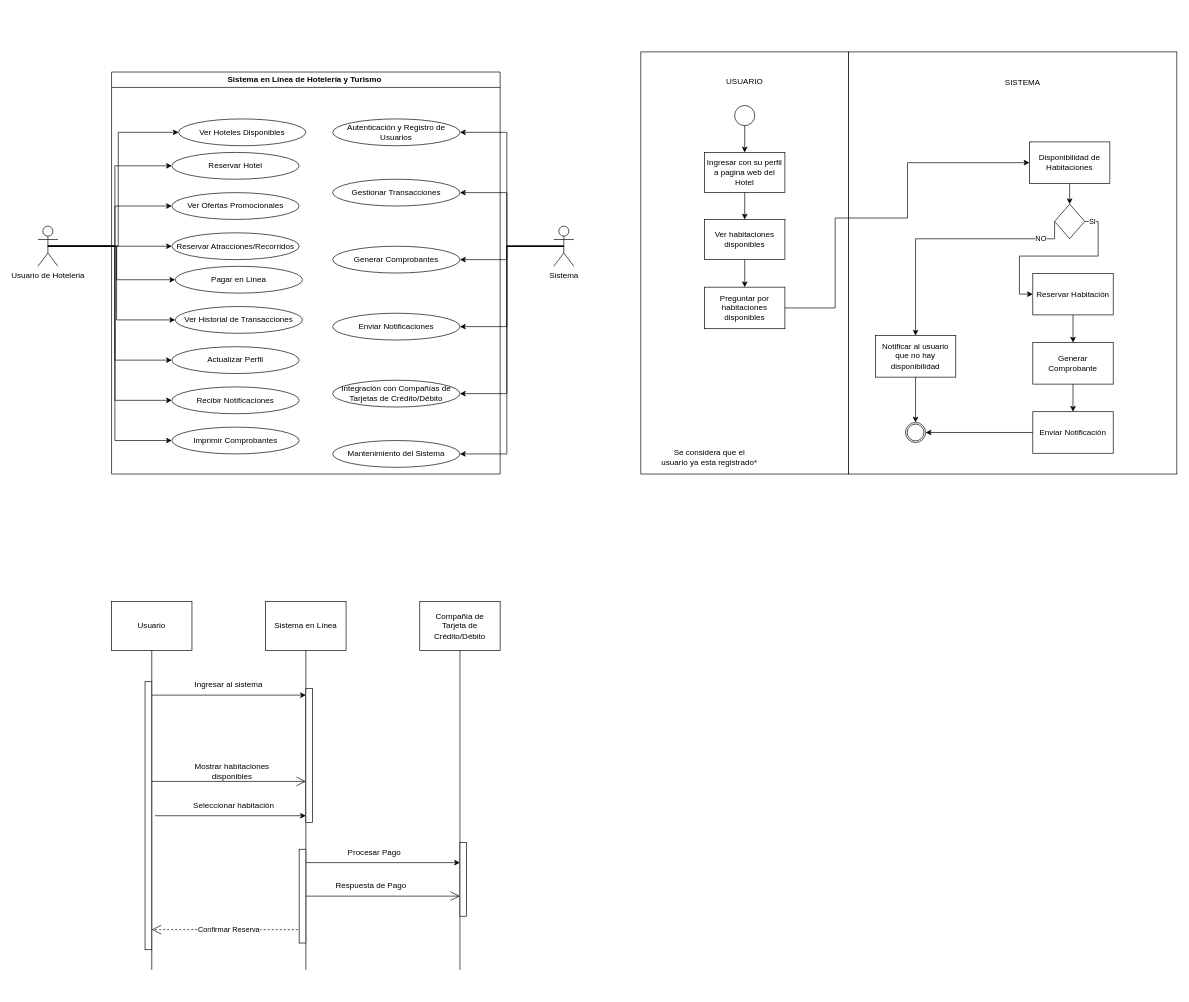
Above: Untitled Diagram.drawio in EZambranoFx/DIAGRAMAS (draw.io), before the change. Source tidied: cells renumbered, new cells numbered last; positions are measured from the earlier drawing's top-left corner, leaving out a move shared by most shapes. Both pictures are drawn from the tidied source at 67%, with x=0, y=0 at pixel (38, 52).
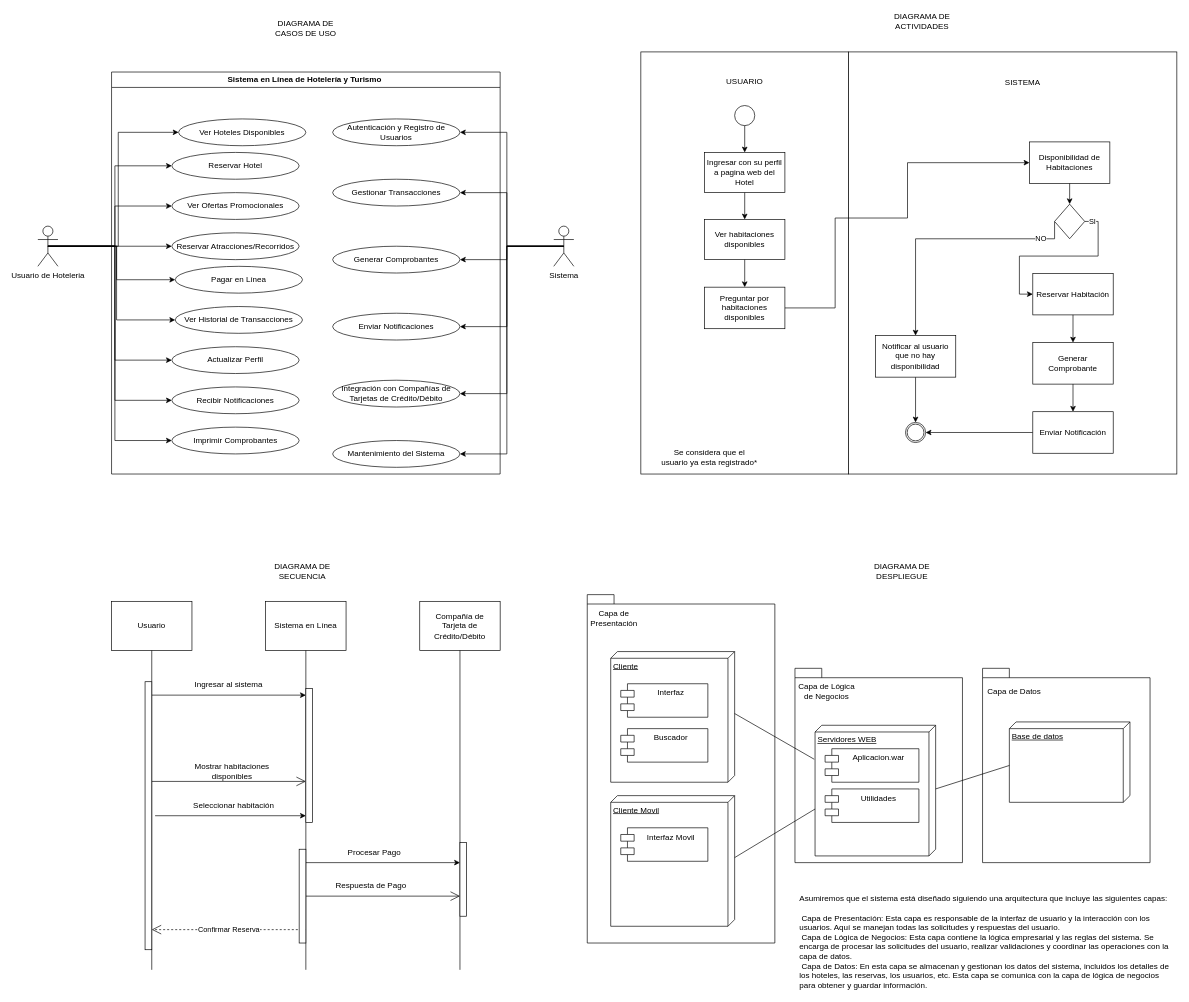
Above is the later version.

Change to the diagram source:
```diff
@@
+    <mxCell id="91" style="shape=folder;fontStyle=1;spacingTop=10;tabWidth=40;tabHeight=14;tabPosition=left;html=1;whiteSpace=wrap;" parent="1" vertex="1">
+      <mxGeometry x="820" y="810" width="280" height="520" as="geometry" />
+    </mxCell>
@@
+    <mxCell id="92" value="DIAGRAMA DE SECUENCIA" style="text;html=1;strokeColor=none;fillColor=none;align=center;verticalAlign=middle;whiteSpace=wrap;rounded=0;" parent="1" vertex="1">
+      <mxGeometry x="335" y="760" width="120" height="30" as="geometry" />
+    </mxCell>
+    <mxCell id="93" value="DIAGRAMA DE CASOS DE USO" style="text;html=1;strokeColor=none;fillColor=none;align=center;verticalAlign=middle;whiteSpace=wrap;rounded=0;" parent="1" vertex="1">
+      <mxGeometry x="340" y="-50" width="120" height="30" as="geometry" />
+    </mxCell>
+    <mxCell id="94" value="DIAGRAMA DE ACTIVIDADES" style="text;html=1;strokeColor=none;fillColor=none;align=center;verticalAlign=middle;whiteSpace=wrap;rounded=0;" parent="1" vertex="1">
+      <mxGeometry x="1260" y="-60" width="120" height="30" as="geometry" />
+    </mxCell>
+    <mxCell id="95" value="Asumiremos que el sistema está diseñado siguiendo una arquitectura que incluye las siguientes capas:&#10;&#10; Capa de Presentación: Esta capa es responsable de la interfaz de usuario y la interacción con los usuarios. Aquí se manejan todas las solicitudes y respuestas del usuario.&#10; Capa de Lógica de Negocios: Esta capa contiene la lógica empresarial y las reglas del sistema. Se encarga de procesar las solicitudes del usuario, realizar validaciones y coordinar las operaciones con la capa de datos.&#10; Capa de Datos: En esta capa se almacenan y gestionan los datos del sistema, incluidos los detalles de los hoteles, las reservas, los usuarios, etc. Esta capa se comunica con la capa de lógica de negocios para obtener y guardar información." style="text;whiteSpace=wrap;fontStyle=0;" parent="1" vertex="1">
+      <mxGeometry x="1135" y="1250" width="560" height="140" as="geometry" />
+    </mxCell>
+    <mxCell id="96" value="Capa de Presentación " style="text;html=1;strokeColor=none;fillColor=none;align=center;verticalAlign=middle;whiteSpace=wrap;rounded=0;" parent="1" vertex="1">
+      <mxGeometry x="820" y="830" width="80" height="30" as="geometry" />
+    </mxCell>
+    <mxCell id="97" style="group;" parent="1" vertex="1">
+      <mxGeometry x="1410" y="920" width="250" height="290" as="geometry" />
+    </mxCell>
+    <mxCell id="98" style="shape=folder;fontStyle=1;spacingTop=10;tabWidth=40;tabHeight=14;tabPosition=left;html=1;whiteSpace=wrap;" parent="97" vertex="1">
+      <mxGeometry width="250" height="290" as="geometry" />
+    </mxCell>
+    <mxCell id="99" value="Capa de Datos" style="text;html=1;strokeColor=none;fillColor=none;align=center;verticalAlign=middle;whiteSpace=wrap;rounded=0;" parent="97" vertex="1">
+      <mxGeometry y="20" width="95" height="30" as="geometry" />
+    </mxCell>
+    <mxCell id="100" value="Base de datos" style="verticalAlign=top;align=left;spacingTop=8;spacingLeft=2;spacingRight=12;shape=cube;size=10;direction=south;fontStyle=4;html=1;whiteSpace=wrap;" parent="97" vertex="1">
+      <mxGeometry x="40" y="80" width="180" height="120" as="geometry" />
+    </mxCell>
+    <mxCell id="101" style="group;" parent="1" vertex="1">
+      <mxGeometry x="1130" y="920" width="250" height="290" as="geometry" />
+    </mxCell>
+    <mxCell id="102" style="shape=folder;fontStyle=1;spacingTop=10;tabWidth=40;tabHeight=14;tabPosition=left;html=1;whiteSpace=wrap;" parent="101" vertex="1">
+      <mxGeometry width="250" height="290" as="geometry" />
+    </mxCell>
+    <mxCell id="103" value="Capa de Lógica de Negocios " style="text;html=1;strokeColor=none;fillColor=none;align=center;verticalAlign=middle;whiteSpace=wrap;rounded=0;" parent="101" vertex="1">
+      <mxGeometry y="20" width="95" height="30" as="geometry" />
+    </mxCell>
+    <mxCell id="104" value="Servidores WEB" style="verticalAlign=top;align=left;spacingTop=8;spacingLeft=2;spacingRight=12;shape=cube;size=10;direction=south;fontStyle=4;html=1;whiteSpace=wrap;" parent="101" vertex="1">
+      <mxGeometry x="30" y="85" width="180" height="195" as="geometry" />
+    </mxCell>
+    <mxCell id="105" value="Aplicacion.war" style="shape=module;align=left;spacingLeft=20;align=center;verticalAlign=top;whiteSpace=wrap;html=1;" parent="101" vertex="1">
+      <mxGeometry x="45" y="120" width="140" height="50" as="geometry" />
+    </mxCell>
+    <mxCell id="106" value="Utilidades" style="shape=module;align=left;spacingLeft=20;align=center;verticalAlign=top;whiteSpace=wrap;html=1;" parent="101" vertex="1">
+      <mxGeometry x="45" y="180" width="140" height="50" as="geometry" />
+    </mxCell>
+    <mxCell id="107" style="endArrow=none;html=1;rounded=0;entryX=0;entryY=0;entryDx=65;entryDy=180;entryPerimeter=0;" parent="101" edge="1" target="100">
+      <mxGeometry relative="1" as="geometry">
+        <mxPoint x="210" y="180" as="sourcePoint" />
+      </mxGeometry>
+    </mxCell>
+    <mxCell id="108" style="group;" parent="1" vertex="1">
+      <mxGeometry x="855" y="895" width="185" height="195" as="geometry" />
+    </mxCell>
+    <mxCell id="109" value="Cliente" style="verticalAlign=top;align=left;spacingTop=8;spacingLeft=2;spacingRight=12;shape=cube;size=10;direction=south;fontStyle=4;html=1;whiteSpace=wrap;" parent="108" vertex="1">
+      <mxGeometry width="185" height="195" as="geometry" />
+    </mxCell>
+    <mxCell id="110" value="Interfaz" style="shape=module;align=left;spacingLeft=20;align=center;verticalAlign=top;whiteSpace=wrap;html=1;" parent="108" vertex="1">
+      <mxGeometry x="15" y="48" width="130" height="50" as="geometry" />
+    </mxCell>
+    <mxCell id="111" value="Buscador" style="shape=module;align=left;spacingLeft=20;align=center;verticalAlign=top;whiteSpace=wrap;html=1;" parent="108" vertex="1">
+      <mxGeometry x="15" y="115" width="130" height="50" as="geometry" />
+    </mxCell>
+    <mxCell id="112" style="group;" parent="1" vertex="1">
+      <mxGeometry x="855" y="1110" width="185" height="195" as="geometry" />
+    </mxCell>
+    <mxCell id="113" value="Cliente Movil" style="verticalAlign=top;align=left;spacingTop=8;spacingLeft=2;spacingRight=12;shape=cube;size=10;direction=south;fontStyle=4;html=1;whiteSpace=wrap;" parent="112" vertex="1">
+      <mxGeometry width="185" height="195" as="geometry" />
+    </mxCell>
+    <mxCell id="114" value="Interfaz Movil" style="shape=module;align=left;spacingLeft=20;align=center;verticalAlign=top;whiteSpace=wrap;html=1;" parent="112" vertex="1">
+      <mxGeometry x="15" y="48" width="130" height="50" as="geometry" />
+    </mxCell>
+    <mxCell id="115" style="endArrow=none;html=1;rounded=0;exitX=0;exitY=0;exitDx=92.5;exitDy=0;exitPerimeter=0;entryX=0.26;entryY=1.007;entryDx=0;entryDy=0;entryPerimeter=0;" parent="1" edge="1" source="109" target="104">
+      <mxGeometry relative="1" as="geometry" />
+    </mxCell>
+    <mxCell id="116" style="endArrow=none;html=1;rounded=0;exitX=0;exitY=0;exitDx=92.5;exitDy=0;exitPerimeter=0;" parent="1" edge="1" source="113">
+      <mxGeometry relative="1" as="geometry">
+        <mxPoint x="1160" y="1130" as="targetPoint" />
+      </mxGeometry>
+    </mxCell>
+    <mxCell id="117" value="DIAGRAMA DE DESPLIEGUE" style="text;html=1;strokeColor=none;fillColor=none;align=center;verticalAlign=middle;whiteSpace=wrap;rounded=0;" parent="1" vertex="1">
+      <mxGeometry x="1230" y="760" width="120" height="30" as="geometry" />
+    </mxCell>
```
